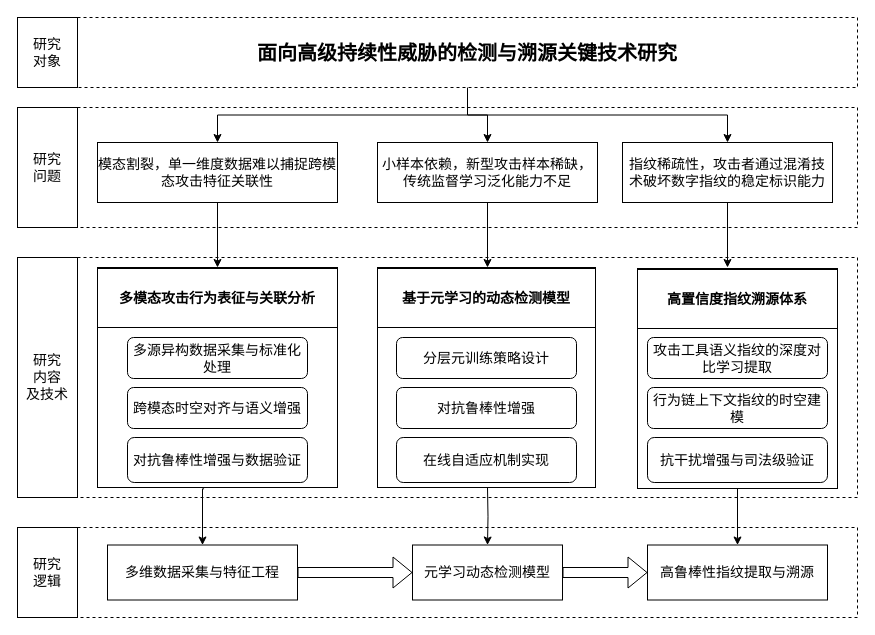
The draw.io diagram apt检测溯源.drawio in shanhuaV/shanhuaV.github.io, before the edit. Source tidied: cells renumbered, new cells numbered last; positions are measured from the earlier drawing's top-left corner, leaving out a move shared by most shapes. Both pictures are drawn from the tidied source at 100%, with x=0, y=0 at pixel (17, 17).
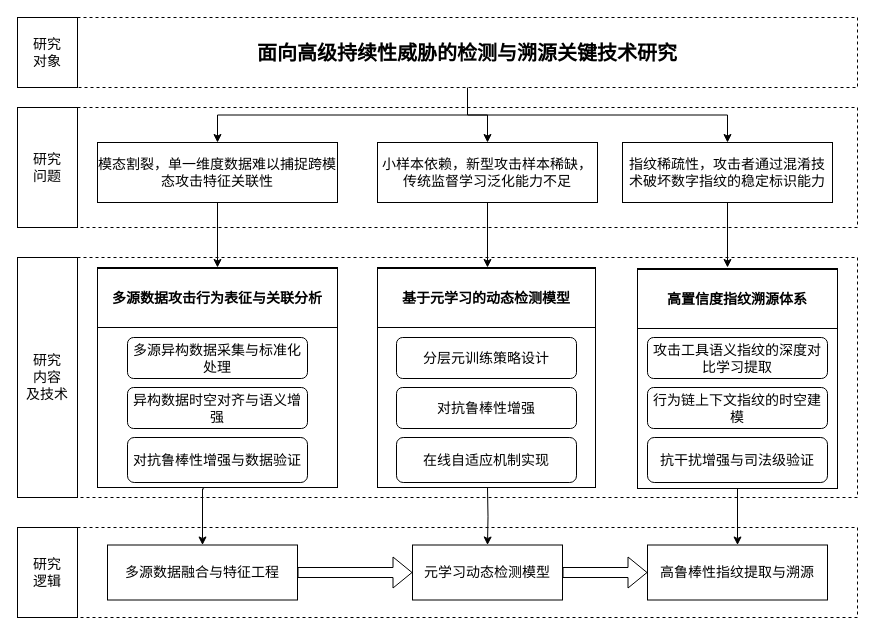
Above is the later version.

Commit message:
更新apt检测溯源.drawio

The change refers to these unchanged cells:
```xml
<mxCell id="33" style="group;fontSize=14;" parent="1" vertex="1">
  <mxGeometry x="80" y="250" width="240" height="220" as="geometry" />
</mxCell>
```

What changed in the source:
```diff
@@
-    <mxCell id="10" value="多维数据采集与特征工程" style="rounded=0;whiteSpace=wrap;html=1;fontSize=14;" parent="1" vertex="1">
+    <mxCell id="10" value="多源数据融合与特征工程" style="rounded=0;whiteSpace=wrap;html=1;fontSize=14;" parent="1" vertex="1">
       <mxGeometry x="90" y="527.5" width="190" height="55" as="geometry" />
     </mxCell>
@@
-    <mxCell id="36" value="&lt;p class=&quot;MsoNormal&quot;&gt;&lt;span&gt;&lt;span style=&quot;font-family: Calibri;&quot;&gt;&lt;font face=&quot;宋体&quot;&gt;跨模态时空对齐与语义增强&lt;/font&gt;&lt;/span&gt;&lt;/span&gt;&lt;/p&gt;" style="rounded=1;whiteSpace=wrap;html=1;fontStyle=0;fontSize=14;" parent="33" vertex="1">
+    <mxCell id="36" value="&lt;p class=&quot;MsoNormal&quot;&gt;&lt;span&gt;&lt;span style=&quot;font-family: Calibri;&quot;&gt;&lt;font face=&quot;宋体&quot;&gt;异构数据时空对齐与语义增强&lt;/font&gt;&lt;/span&gt;&lt;/span&gt;&lt;/p&gt;" style="rounded=1;whiteSpace=wrap;html=1;fontStyle=0;fontSize=14;" parent="33" vertex="1">
       <mxGeometry x="30" y="120" width="180" height="41" as="geometry" />
     </mxCell>
@@
-    <mxCell id="38" value="&lt;p class=&quot;MsoNormal&quot;&gt;&lt;b&gt;&lt;span style=&quot;font-family: Calibri;&quot;&gt;&lt;font face=&quot;宋体&quot;&gt;多模态攻击行为表征与关联分析&lt;/font&gt;&lt;/span&gt;&lt;/b&gt;&lt;/p&gt;" style="rounded=0;whiteSpace=wrap;html=1;fontSize=14;" parent="33" vertex="1">
+    <mxCell id="38" value="&lt;p class=&quot;MsoNormal&quot;&gt;&lt;b&gt;&lt;span style=&quot;font-family: Calibri;&quot;&gt;&lt;font face=&quot;宋体&quot;&gt;多源数据攻击行为表征与关联分析&lt;/font&gt;&lt;/span&gt;&lt;/b&gt;&lt;/p&gt;" style="rounded=0;whiteSpace=wrap;html=1;fontSize=14;" parent="33" vertex="1">
       <mxGeometry y="1" width="240" height="59" as="geometry" />
     </mxCell>
```
